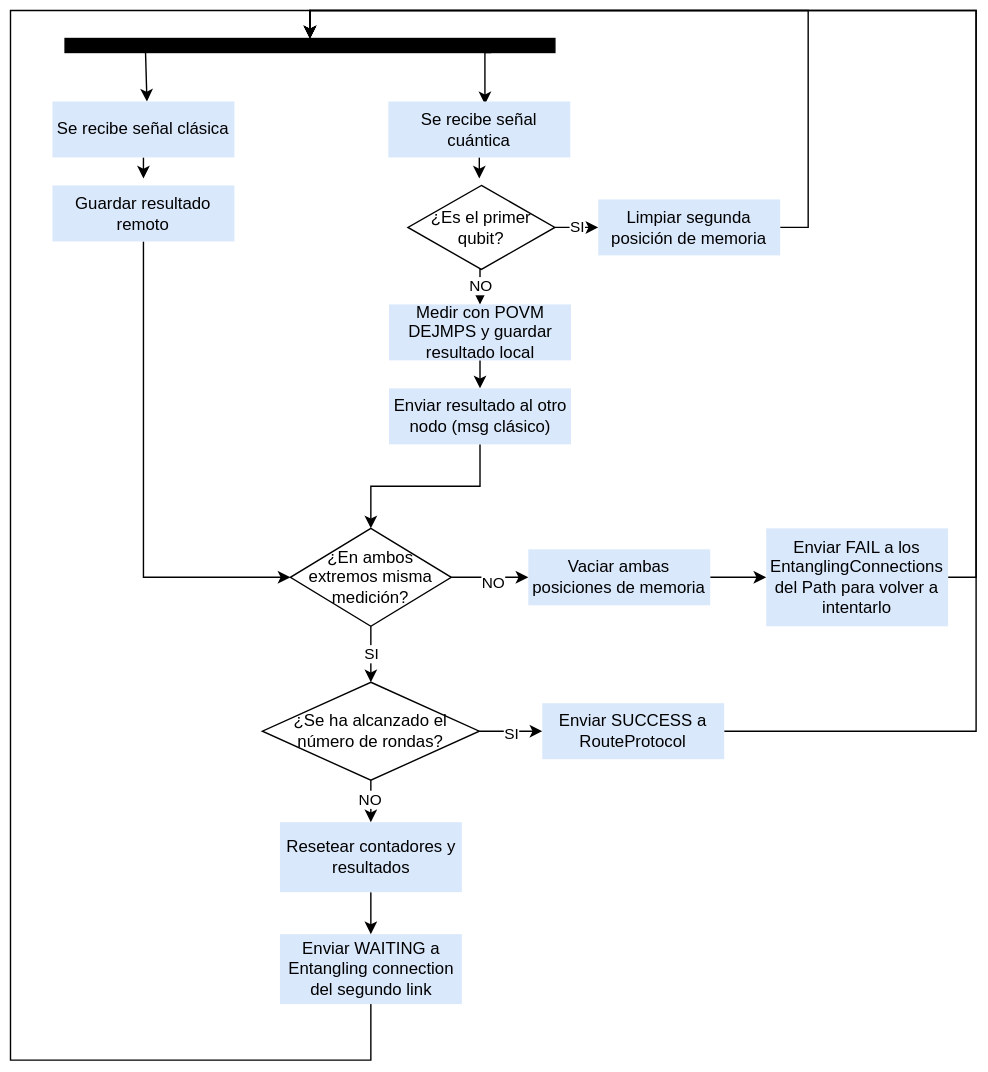
Above: Diagramas/Flujo/distilprotocol.svg in davidpcuvigo/quantumcity (draw.io), before the change. Source tidied: cells renumbered, new cells last; positions are measured from the earlier drawing's top-left corner, leaving out a move shared by most shapes. Source of this version:
```xml
<mxGraphModel>
  <root>
    <mxCell id="0" />
    <mxCell id="1" parent="0" />
    <mxCell id="2" style="edgeStyle=orthogonalEdgeStyle;rounded=0;orthogonalLoop=1;jettySize=auto;html=1;exitX=0.25;exitY=1;exitDx=0;exitDy=0;entryX=0.75;entryY=0;entryDx=0;entryDy=0;" parent="1" edge="1">
      <mxGeometry relative="1" as="geometry">
        <mxPoint x="96.5" y="30" as="sourcePoint" />
        <mxPoint x="97.5" y="65" as="targetPoint" />
      </mxGeometry>
    </mxCell>
    <mxCell id="3" style="edgeStyle=orthogonalEdgeStyle;rounded=0;orthogonalLoop=1;jettySize=auto;html=1;exitX=0.75;exitY=1;exitDx=0;exitDy=0;entryX=0.208;entryY=0.05;entryDx=0;entryDy=0;entryPerimeter=0;" parent="1" edge="1">
      <mxGeometry relative="1" as="geometry">
        <mxPoint x="343.5" y="30" as="sourcePoint" />
        <mxPoint x="339" y="67" as="targetPoint" />
      </mxGeometry>
    </mxCell>
    <mxCell id="4" style="whiteSpace=wrap;html=1;rounded=0;shadow=0;comic=0;labelBackgroundColor=none;strokeWidth=1;fillColor=#000000;fontFamily=Verdana;fontSize=12;align=center;rotation=0;" parent="1" vertex="1">
      <mxGeometry x="39" y="20" width="350" height="10" as="geometry" />
    </mxCell>
    <mxCell id="5" style="edgeStyle=orthogonalEdgeStyle;rounded=0;jettySize=auto;html=1;exitX=0.5;exitY=1;exitDx=0;exitDy=0;" parent="1" edge="1" source="6">
      <mxGeometry relative="1" as="geometry">
        <mxPoint x="95" y="120" as="targetPoint" />
      </mxGeometry>
    </mxCell>
    <mxCell id="6" value="Se recibe señal clásica" style="rounded=0;whiteSpace=wrap;html=1;fillColor=#dae8fc;strokeColor=none;" parent="1" vertex="1">
      <mxGeometry x="30" y="65" width="130" height="40" as="geometry" />
    </mxCell>
    <mxCell id="7" style="edgeStyle=orthogonalEdgeStyle;rounded=0;jettySize=auto;html=1;exitX=0.5;exitY=1;exitDx=0;exitDy=0;entryX=0;entryY=0.5;entryDx=0;entryDy=0;" parent="1" edge="1" source="8" target="25">
      <mxGeometry relative="1" as="geometry" />
    </mxCell>
    <mxCell id="8" value="Guardar resultado remoto" style="rounded=0;whiteSpace=wrap;html=1;fillColor=#dae8fc;strokeColor=none;" parent="1" vertex="1">
      <mxGeometry x="30" y="125" width="130" height="40" as="geometry" />
    </mxCell>
    <mxCell id="9" style="edgeStyle=orthogonalEdgeStyle;rounded=0;jettySize=auto;html=1;exitX=1;exitY=0.5;exitDx=0;exitDy=0;entryX=0;entryY=0.5;entryDx=0;entryDy=0;" parent="1" edge="1" source="10" target="27">
      <mxGeometry relative="1" as="geometry" />
    </mxCell>
    <mxCell id="10" value="Vaciar ambas posiciones de memoria" style="rounded=0;whiteSpace=wrap;html=1;fillColor=#dae8fc;strokeColor=none;" parent="1" vertex="1">
      <mxGeometry x="370" y="385" width="130" height="40" as="geometry" />
    </mxCell>
    <mxCell id="11" style="edgeStyle=orthogonalEdgeStyle;rounded=0;jettySize=auto;html=1;exitX=0.5;exitY=1;exitDx=0;exitDy=0;" parent="1" edge="1" source="12">
      <mxGeometry relative="1" as="geometry">
        <mxPoint x="335" y="120" as="targetPoint" />
      </mxGeometry>
    </mxCell>
    <mxCell id="12" value="Se recibe señal cuántica" style="rounded=0;whiteSpace=wrap;html=1;fillColor=#dae8fc;strokeColor=none;" parent="1" vertex="1">
      <mxGeometry x="270" y="65" width="130" height="40" as="geometry" />
    </mxCell>
    <mxCell id="13" value="SI" style="edgeStyle=orthogonalEdgeStyle;rounded=0;jettySize=auto;html=1;exitX=1;exitY=0.5;exitDx=0;exitDy=0;entryX=0;entryY=0.5;entryDx=0;entryDy=0;" parent="1" edge="1" source="15" target="17">
      <mxGeometry relative="1" as="geometry" />
    </mxCell>
    <mxCell id="14" value="NO" style="edgeStyle=orthogonalEdgeStyle;rounded=0;jettySize=auto;html=1;exitX=0.5;exitY=1;exitDx=0;exitDy=0;entryX=0.5;entryY=0;entryDx=0;entryDy=0;" parent="1" edge="1" source="15" target="19">
      <mxGeometry relative="1" as="geometry" />
    </mxCell>
    <mxCell id="15" value="¿Es el primer qubit?" style="rhombus;whiteSpace=wrap;html=1;" parent="1" vertex="1">
      <mxGeometry x="284" y="125" width="105" height="60" as="geometry" />
    </mxCell>
    <mxCell id="16" style="edgeStyle=orthogonalEdgeStyle;rounded=0;jettySize=auto;html=1;exitX=1;exitY=0.5;exitDx=0;exitDy=0;entryX=0.5;entryY=0;entryDx=0;entryDy=0;" parent="1" edge="1" source="17" target="4">
      <mxGeometry relative="1" as="geometry" />
    </mxCell>
    <mxCell id="17" value="Limpiar segunda posición de memoria" style="rounded=0;whiteSpace=wrap;html=1;fillColor=#dae8fc;strokeColor=none;" parent="1" vertex="1">
      <mxGeometry x="420" y="135" width="130" height="40" as="geometry" />
    </mxCell>
    <mxCell id="18" style="edgeStyle=orthogonalEdgeStyle;rounded=0;jettySize=auto;html=1;exitX=0.5;exitY=1;exitDx=0;exitDy=0;entryX=0.5;entryY=0;entryDx=0;entryDy=0;" parent="1" edge="1" source="19" target="21">
      <mxGeometry relative="1" as="geometry" />
    </mxCell>
    <mxCell id="19" value="Medir con POVM DEJMPS y guardar resultado local" style="rounded=0;whiteSpace=wrap;html=1;fillColor=#dae8fc;strokeColor=none;" parent="1" vertex="1">
      <mxGeometry x="270.5" y="210" width="130" height="40" as="geometry" />
    </mxCell>
    <mxCell id="20" style="edgeStyle=orthogonalEdgeStyle;rounded=0;jettySize=auto;html=1;exitX=0.5;exitY=1;exitDx=0;exitDy=0;entryX=0.5;entryY=0;entryDx=0;entryDy=0;" parent="1" edge="1" source="21" target="25">
      <mxGeometry relative="1" as="geometry" />
    </mxCell>
    <mxCell id="21" value="Enviar resultado al otro nodo (msg clásico)" style="rounded=0;whiteSpace=wrap;html=1;fillColor=#dae8fc;strokeColor=none;" parent="1" vertex="1">
      <mxGeometry x="270.5" y="270" width="130" height="40" as="geometry" />
    </mxCell>
    <mxCell id="22" style="edgeStyle=orthogonalEdgeStyle;rounded=0;jettySize=auto;html=1;exitX=1;exitY=0.5;exitDx=0;exitDy=0;entryX=0;entryY=0.5;entryDx=0;entryDy=0;" parent="1" edge="1" source="25" target="10">
      <mxGeometry relative="1" as="geometry" />
    </mxCell>
    <mxCell id="23" value="NO" style="edgeLabel;html=1;align=center;verticalAlign=middle;" parent="22" vertex="1">
      <mxGeometry x="0.05" y="-3" relative="1" as="geometry" />
    </mxCell>
    <mxCell id="24" value="SI" style="edgeStyle=orthogonalEdgeStyle;rounded=0;jettySize=auto;html=1;exitX=0.5;exitY=1;exitDx=0;exitDy=0;entryX=0.5;entryY=0;entryDx=0;entryDy=0;" parent="1" edge="1" source="25" target="32">
      <mxGeometry relative="1" as="geometry" />
    </mxCell>
    <mxCell id="25" value="¿En ambos extremos misma medición?" style="rhombus;whiteSpace=wrap;html=1;" parent="1" vertex="1">
      <mxGeometry x="200" y="370" width="115" height="70" as="geometry" />
    </mxCell>
    <mxCell id="26" style="edgeStyle=orthogonalEdgeStyle;rounded=0;jettySize=auto;html=1;exitX=1;exitY=0.5;exitDx=0;exitDy=0;entryX=0.5;entryY=0;entryDx=0;entryDy=0;" parent="1" edge="1" source="27" target="4">
      <mxGeometry relative="1" as="geometry" />
    </mxCell>
    <mxCell id="27" value="Enviar FAIL a los EntanglingConnections del Path para volver a intentarlo" style="rounded=0;whiteSpace=wrap;html=1;fillColor=#dae8fc;strokeColor=none;" parent="1" vertex="1">
      <mxGeometry x="540" y="370" width="130" height="70" as="geometry" />
    </mxCell>
    <mxCell id="28" style="edgeStyle=orthogonalEdgeStyle;rounded=0;jettySize=auto;html=1;exitX=1;exitY=0.5;exitDx=0;exitDy=0;entryX=0;entryY=0.5;entryDx=0;entryDy=0;" parent="1" edge="1" source="32" target="34">
      <mxGeometry relative="1" as="geometry" />
    </mxCell>
    <mxCell id="29" value="SI" style="edgeLabel;html=1;align=center;verticalAlign=middle;" parent="28" vertex="1">
      <mxGeometry x="-0.02" y="-1" relative="1" as="geometry" />
    </mxCell>
    <mxCell id="30" style="edgeStyle=orthogonalEdgeStyle;rounded=0;jettySize=auto;html=1;exitX=0.5;exitY=1;exitDx=0;exitDy=0;entryX=0.5;entryY=0;entryDx=0;entryDy=0;" parent="1" edge="1" source="32" target="38">
      <mxGeometry relative="1" as="geometry" />
    </mxCell>
    <mxCell id="31" value="NO" style="edgeLabel;html=1;align=center;verticalAlign=middle;" parent="30" vertex="1">
      <mxGeometry x="-0.13" y="-1" relative="1" as="geometry" />
    </mxCell>
    <mxCell id="32" value="¿Se ha alcanzado el número de rondas?" style="rhombus;whiteSpace=wrap;html=1;" parent="1" vertex="1">
      <mxGeometry x="180" y="480" width="155" height="70" as="geometry" />
    </mxCell>
    <mxCell id="33" style="edgeStyle=orthogonalEdgeStyle;rounded=0;jettySize=auto;html=1;exitX=1;exitY=0.5;exitDx=0;exitDy=0;entryX=0.5;entryY=0;entryDx=0;entryDy=0;" parent="1" edge="1" source="34" target="4">
      <mxGeometry relative="1" as="geometry">
        <Array as="points">
          <mxPoint x="690" y="515" />
          <mxPoint x="690" />
          <mxPoint x="214" />
        </Array>
      </mxGeometry>
    </mxCell>
    <mxCell id="34" value="Enviar SUCCESS a RouteProtocol" style="rounded=0;whiteSpace=wrap;html=1;fillColor=#dae8fc;strokeColor=none;" parent="1" vertex="1">
      <mxGeometry x="380" y="495" width="130" height="40" as="geometry" />
    </mxCell>
    <mxCell id="35" style="edgeStyle=orthogonalEdgeStyle;rounded=0;jettySize=auto;html=1;exitX=0.5;exitY=1;exitDx=0;exitDy=0;entryX=0.5;entryY=0;entryDx=0;entryDy=0;" parent="1" edge="1" source="36" target="4">
      <mxGeometry relative="1" as="geometry">
        <Array as="points">
          <mxPoint x="258" y="750" />
          <mxPoint y="750" />
          <mxPoint />
          <mxPoint x="214" />
        </Array>
      </mxGeometry>
    </mxCell>
    <mxCell id="36" value="Enviar WAITING a Entangling connection del segundo link" style="rounded=0;whiteSpace=wrap;html=1;fillColor=#dae8fc;strokeColor=none;" parent="1" vertex="1">
      <mxGeometry x="192.5" y="660" width="130" height="50" as="geometry" />
    </mxCell>
    <mxCell id="37" style="edgeStyle=orthogonalEdgeStyle;rounded=0;jettySize=auto;html=1;exitX=0.5;exitY=1;exitDx=0;exitDy=0;entryX=0.5;entryY=0;entryDx=0;entryDy=0;" parent="1" edge="1" source="38" target="36">
      <mxGeometry relative="1" as="geometry" />
    </mxCell>
    <mxCell id="38" value="Resetear contadores y resultados" style="rounded=0;whiteSpace=wrap;html=1;fillColor=#dae8fc;strokeColor=none;" parent="1" vertex="1">
      <mxGeometry x="192.5" y="580" width="130" height="50" as="geometry" />
    </mxCell>
  </root>
</mxGraphModel>
```
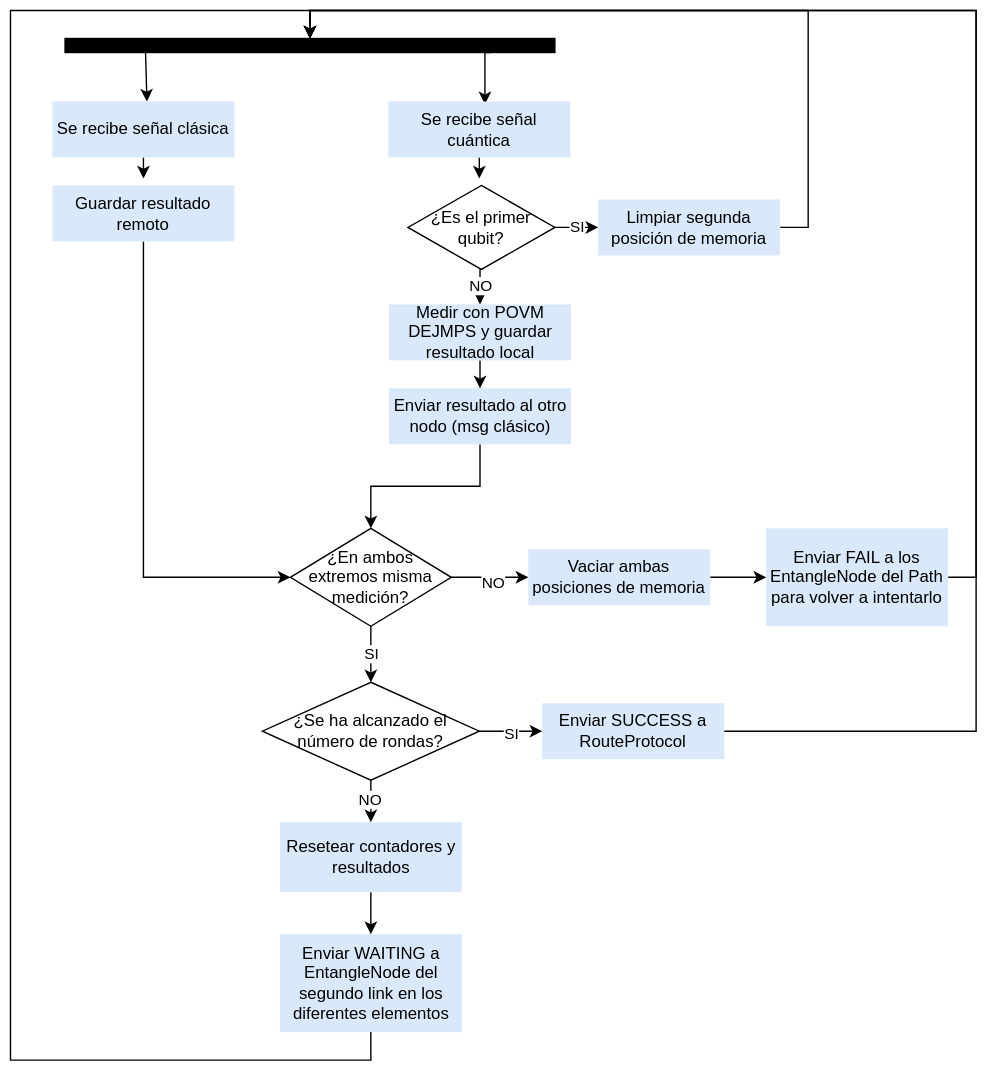
After the commit.

Diff of the diagram source:
```diff
@@ -87,7 +87,7 @@
     <mxCell id="26" style="edgeStyle=orthogonalEdgeStyle;rounded=0;jettySize=auto;html=1;exitX=1;exitY=0.5;exitDx=0;exitDy=0;entryX=0.5;entryY=0;entryDx=0;entryDy=0;" parent="1" edge="1" source="27" target="4">
       <mxGeometry relative="1" as="geometry" />
     </mxCell>
-    <mxCell id="27" value="Enviar FAIL a los EntanglingConnections del Path para volver a intentarlo" style="rounded=0;whiteSpace=wrap;html=1;fillColor=#dae8fc;strokeColor=none;" parent="1" vertex="1">
+    <mxCell id="27" value="Enviar FAIL a los EntangleNode del Path para volver a intentarlo" style="rounded=0;whiteSpace=wrap;html=1;fillColor=#dae8fc;strokeColor=none;" parent="1" vertex="1">
       <mxGeometry x="540" y="370" width="130" height="70" as="geometry" />
     </mxCell>
     <mxCell id="28" style="edgeStyle=orthogonalEdgeStyle;rounded=0;jettySize=auto;html=1;exitX=1;exitY=0.5;exitDx=0;exitDy=0;entryX=0;entryY=0.5;entryDx=0;entryDy=0;" parent="1" edge="1" source="32" target="34">
@@ -127,8 +127,8 @@
         </Array>
       </mxGeometry>
     </mxCell>
-    <mxCell id="36" value="Enviar WAITING a Entangling connection del segundo link" style="rounded=0;whiteSpace=wrap;html=1;fillColor=#dae8fc;strokeColor=none;" parent="1" vertex="1">
-      <mxGeometry x="192.5" y="660" width="130" height="50" as="geometry" />
+    <mxCell id="36" value="Enviar WAITING a EntangleNode del segundo link en los diferentes elementos" style="rounded=0;whiteSpace=wrap;html=1;fillColor=#dae8fc;strokeColor=none;" parent="1" vertex="1">
+      <mxGeometry x="192.5" y="660" width="130" height="70" as="geometry" />
     </mxCell>
     <mxCell id="37" style="edgeStyle=orthogonalEdgeStyle;rounded=0;jettySize=auto;html=1;exitX=0.5;exitY=1;exitDx=0;exitDy=0;entryX=0.5;entryY=0;entryDx=0;entryDy=0;" parent="1" edge="1" source="38" target="36">
       <mxGeometry relative="1" as="geometry" />
```
